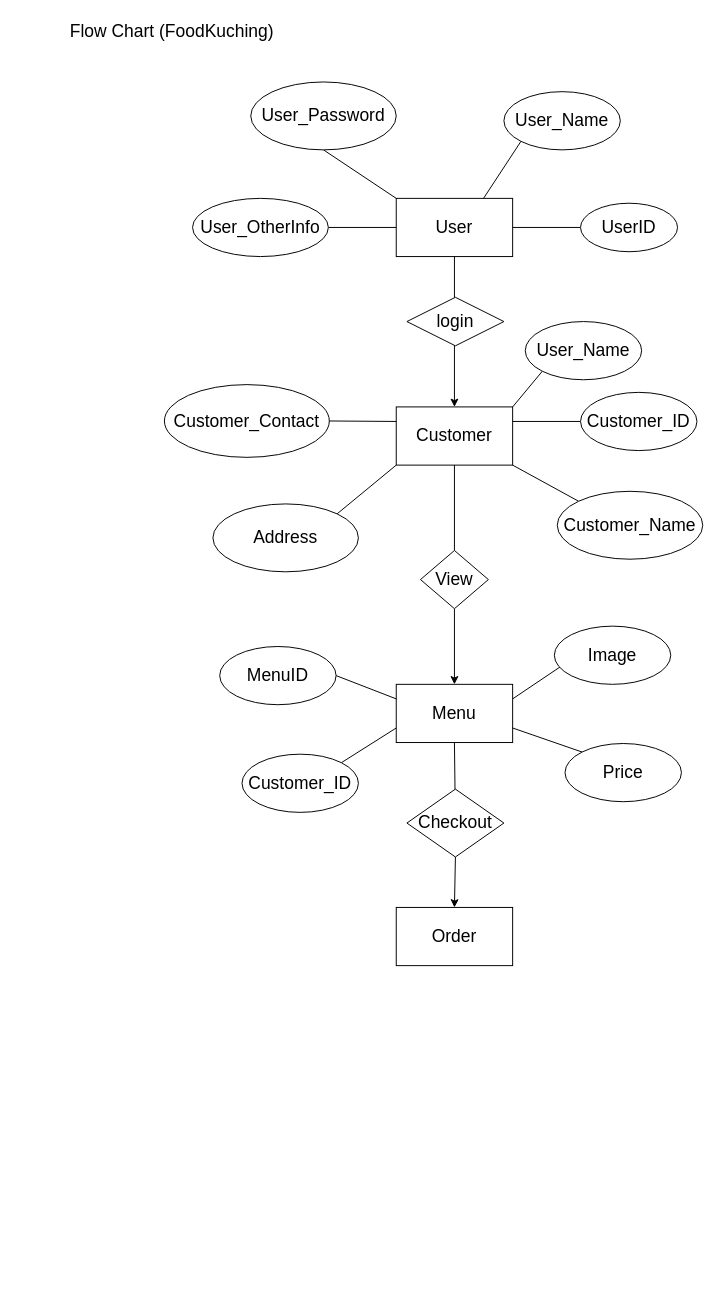
The draw.io diagram page "Page-1" (1 of 2) of FoodKuching_Flowchart.drawio in AmirAini/BackEndDay1, before the edit. Source tidied: cells renumbered, new cells numbered last; positions are measured from the earlier drawing's top-left corner, leaving out a move shared by most shapes. Both pictures are drawn from the tidied source at 97%, with x=0, y=0 at pixel (16, 16).
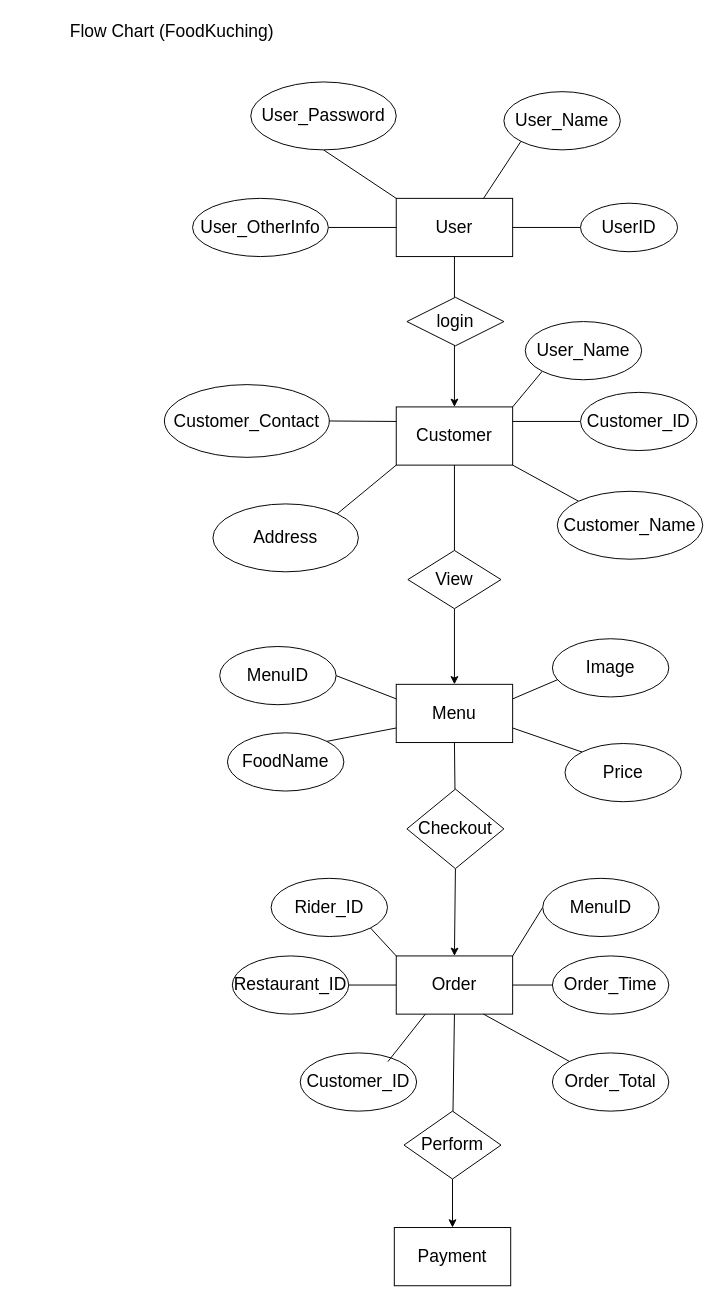
Above is the later version.

The change refers to these unchanged cells:
```xml
<mxCell id="26" value="Menu" style="rounded=0;whiteSpace=wrap;html=1;fontSize=18;" parent="1" vertex="1">
  <mxGeometry x="391" y="688" width="120" height="60" as="geometry" />
</mxCell>
```

Change to the diagram source:
```diff
@@
     <mxCell id="24" value="View" style="rhombus;whiteSpace=wrap;html=1;fontSize=18;" parent="1" vertex="1">
-      <mxGeometry x="416" y="550" width="70" height="60" as="geometry" />
+      <mxGeometry x="403" y="550" width="96" height="60" as="geometry" />
     </mxCell>
@@
-    <mxCell id="29" style="endArrow=none;html=1;rounded=0;fontSize=18;exitX=0;exitY=0.75;exitDx=0;exitDy=0;entryX=1;entryY=0;entryDx=0;entryDy=0;" parent="1" edge="1" source="26" target="34">
-      <mxGeometry relative="1" as="geometry" />
-    </mxCell>
@@
     <mxCell id="32" value="Image" style="ellipse;whiteSpace=wrap;html=1;fontSize=18;" parent="1" vertex="1">
-      <mxGeometry x="554" y="628" width="120" height="60" as="geometry" />
+      <mxGeometry x="552" y="641" width="120" height="60" as="geometry" />
     </mxCell>
@@
-    <mxCell id="34" value="Customer_ID" style="ellipse;whiteSpace=wrap;html=1;fontSize=18;" parent="1" vertex="1">
-      <mxGeometry x="232" y="760" width="120" height="60" as="geometry" />
-    </mxCell>
@@
     <mxCell id="37" style="endArrow=classic;html=1;rounded=0;fontSize=18;startArrow=none;exitX=0.5;exitY=1;exitDx=0;exitDy=0;" parent="1" edge="1" source="38">
       <mxGeometry relative="1" as="geometry">
-        <mxPoint x="451" y="918" as="targetPoint" />
+        <mxPoint x="451" y="968" as="targetPoint" />
       </mxGeometry>
     </mxCell>
     <mxCell id="38" value="Checkout" style="rhombus;whiteSpace=wrap;html=1;fontSize=18;" parent="1" vertex="1">
-      <mxGeometry x="402" y="796" width="100" height="70" as="geometry" />
+      <mxGeometry x="402" y="796" width="100" height="82" as="geometry" />
     </mxCell>
@@
     <mxCell id="40" value="Order" style="rounded=0;whiteSpace=wrap;html=1;fontSize=18;" parent="1" vertex="1">
-      <mxGeometry x="391" y="918" width="120" height="60" as="geometry" />
+      <mxGeometry x="391" y="968" width="120" height="60" as="geometry" />
     </mxCell>
+    <mxCell id="41" style="endArrow=none;html=1;rounded=0;fontSize=18;exitX=1;exitY=0;exitDx=0;exitDy=0;entryX=0;entryY=0.5;entryDx=0;entryDy=0;" parent="1" edge="1" source="40" target="45">
+      <mxGeometry relative="1" as="geometry" />
+    </mxCell>
+    <mxCell id="42" style="endArrow=none;html=1;rounded=0;fontSize=18;exitX=1;exitY=0.5;exitDx=0;exitDy=0;entryX=0;entryY=0.5;entryDx=0;entryDy=0;" parent="1" edge="1" source="40" target="46">
+      <mxGeometry relative="1" as="geometry" />
+    </mxCell>
+    <mxCell id="43" value="FoodName" style="ellipse;whiteSpace=wrap;html=1;fontSize=18;" parent="1" vertex="1">
+      <mxGeometry x="217" y="738" width="120" height="60" as="geometry" />
+    </mxCell>
+    <mxCell id="44" style="endArrow=none;html=1;rounded=0;fontSize=18;exitX=0;exitY=0.75;exitDx=0;exitDy=0;entryX=1;entryY=0;entryDx=0;entryDy=0;" parent="1" edge="1" source="26" target="43">
+      <mxGeometry relative="1" as="geometry" />
+    </mxCell>
+    <mxCell id="45" value="MenuID" style="ellipse;whiteSpace=wrap;html=1;fontSize=18;" parent="1" vertex="1">
+      <mxGeometry x="542" y="888" width="120" height="60" as="geometry" />
+    </mxCell>
+    <mxCell id="46" value="Order_Time" style="ellipse;whiteSpace=wrap;html=1;fontSize=18;" parent="1" vertex="1">
+      <mxGeometry x="552" y="968" width="120" height="60" as="geometry" />
+    </mxCell>
+    <mxCell id="47" value="Order_Total" style="ellipse;whiteSpace=wrap;html=1;fontSize=18;" parent="1" vertex="1">
+      <mxGeometry x="552" y="1068" width="120" height="60" as="geometry" />
+    </mxCell>
+    <mxCell id="48" style="endArrow=none;html=1;rounded=0;fontSize=18;exitX=0.75;exitY=1;exitDx=0;exitDy=0;entryX=0;entryY=0;entryDx=0;entryDy=0;" parent="1" edge="1" source="40" target="47">
+      <mxGeometry relative="1" as="geometry" />
+    </mxCell>
+    <mxCell id="34" value="Customer_ID" style="ellipse;whiteSpace=wrap;html=1;fontSize=18;" parent="1" vertex="1">
+      <mxGeometry x="292" y="1068" width="120" height="60" as="geometry" />
+    </mxCell>
+    <mxCell id="49" value="Restaurant_ID" style="ellipse;whiteSpace=wrap;html=1;fontSize=18;" parent="1" vertex="1">
+      <mxGeometry x="222" y="968" width="120" height="60" as="geometry" />
+    </mxCell>
+    <mxCell id="50" value="Rider_ID" style="ellipse;whiteSpace=wrap;html=1;fontSize=18;" parent="1" vertex="1">
+      <mxGeometry x="262" y="888" width="120" height="60" as="geometry" />
+    </mxCell>
+    <mxCell id="51" style="endArrow=none;html=1;rounded=0;fontSize=18;exitX=0.753;exitY=0.15;exitDx=0;exitDy=0;entryX=0.25;entryY=1;entryDx=0;entryDy=0;exitPerimeter=0;" parent="1" edge="1" source="34" target="40">
+      <mxGeometry relative="1" as="geometry" />
+    </mxCell>
+    <mxCell id="52" style="endArrow=none;html=1;rounded=0;fontSize=18;exitX=1;exitY=0.5;exitDx=0;exitDy=0;entryX=0;entryY=0.5;entryDx=0;entryDy=0;" parent="1" edge="1" source="49" target="40">
+      <mxGeometry relative="1" as="geometry" />
+    </mxCell>
+    <mxCell id="53" style="endArrow=none;html=1;rounded=0;fontSize=18;exitX=0;exitY=0;exitDx=0;exitDy=0;entryX=1;entryY=1;entryDx=0;entryDy=0;" parent="1" edge="1" source="40" target="50">
+      <mxGeometry relative="1" as="geometry" />
+    </mxCell>
+    <mxCell id="54" style="endArrow=classic;html=1;rounded=0;fontSize=18;startArrow=none;exitX=0.5;exitY=1;exitDx=0;exitDy=0;entryX=0.5;entryY=0;entryDx=0;entryDy=0;" parent="1" edge="1" source="55" target="57">
+      <mxGeometry relative="1" as="geometry" />
+    </mxCell>
+    <mxCell id="55" value="Perform" style="rhombus;whiteSpace=wrap;html=1;fontSize=18;" parent="1" vertex="1">
+      <mxGeometry x="399" y="1128" width="100" height="70" as="geometry" />
+    </mxCell>
+    <mxCell id="56" style="endArrow=none;html=1;rounded=0;fontSize=18;startArrow=none;exitX=0.5;exitY=1;exitDx=0;exitDy=0;" parent="1" edge="1" source="40" target="55">
+      <mxGeometry relative="1" as="geometry" />
+    </mxCell>
+    <mxCell id="57" value="Payment" style="rounded=0;whiteSpace=wrap;html=1;fontSize=18;" parent="1" vertex="1">
+      <mxGeometry x="389" y="1248" width="120" height="60" as="geometry" />
+    </mxCell>
```
